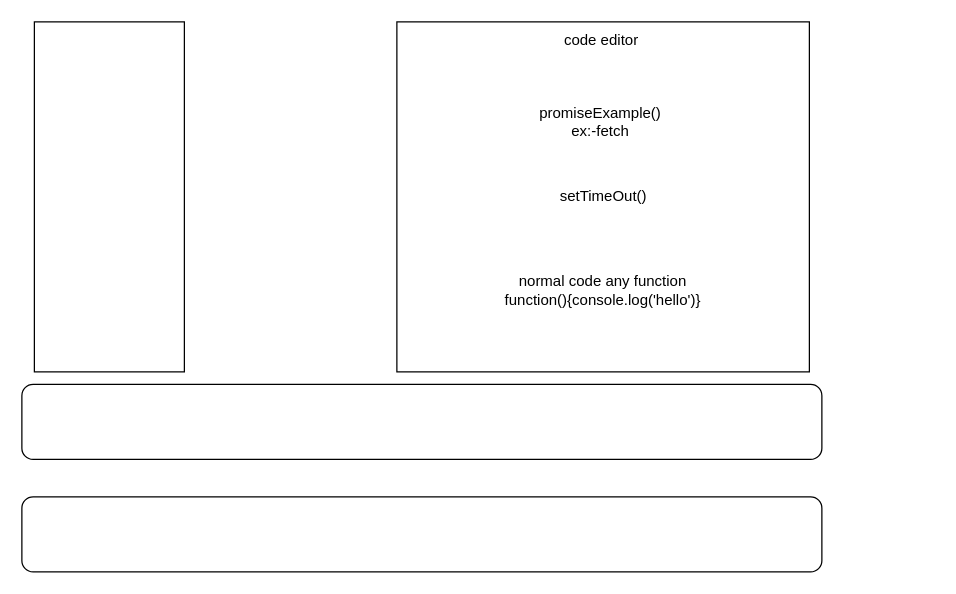
Above: Untitled Diagram.drawio in pavantamidala/yt-video-diagrams (draw.io), before the change. Source tidied: cells renumbered, new cells numbered last; positions are measured from the earlier drawing's top-left corner, leaving out a move shared by most shapes. Both pictures are drawn from the tidied source at 125%, with x=0, y=0 at pixel (21, 21).
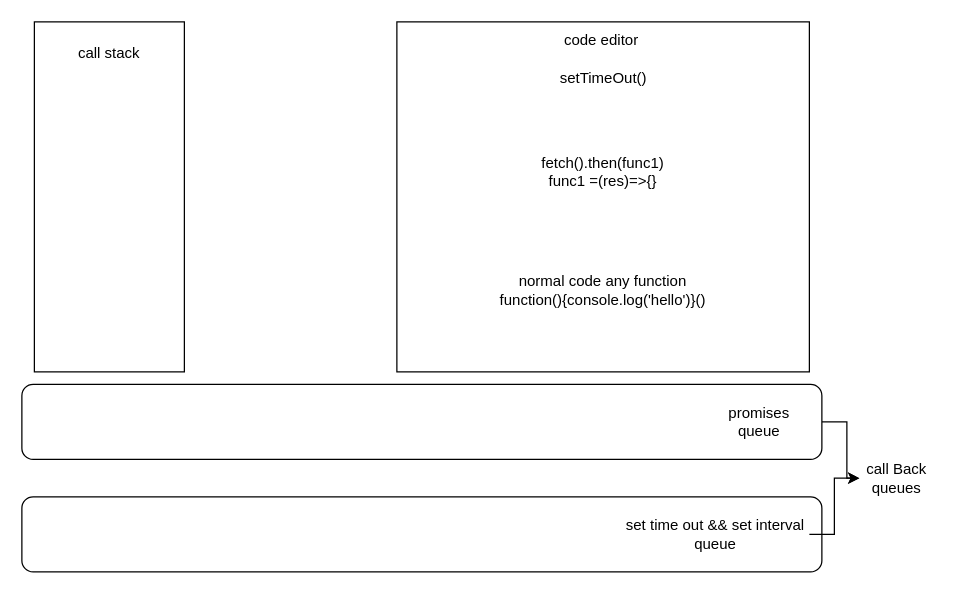
The same page after the edit.

What changed in the source:
```diff
@@
 <mxGraphModel>
   <root>
     <mxCell id="0" />
     <mxCell id="1" parent="0" />
     <mxCell id="2" style="rounded=0;whiteSpace=wrap;html=1;" parent="1" vertex="1">
       <mxGeometry x="300" width="330" height="280" as="geometry" />
     </mxCell>
+    <mxCell id="10" style="edgeStyle=orthogonalEdgeStyle;rounded=0;jettySize=auto;html=1;exitX=1;exitY=0.5;exitDx=0;exitDy=0;" parent="1" edge="1" source="3" target="14">
+      <mxGeometry relative="1" as="geometry" />
+    </mxCell>
     <mxCell id="3" style="rounded=1;whiteSpace=wrap;html=1;" parent="1" vertex="1">
       <mxGeometry y="290" width="640" height="60" as="geometry" />
     </mxCell>
     <mxCell id="4" style="rounded=1;whiteSpace=wrap;html=1;" parent="1" vertex="1">
       <mxGeometry y="380" width="640" height="60" as="geometry" />
     </mxCell>
     <mxCell id="5" style="rounded=0;whiteSpace=wrap;html=1;" parent="1" vertex="1">
       <mxGeometry x="10" width="120" height="280" as="geometry" />
     </mxCell>
     <mxCell id="6" value="code editor&amp;nbsp;" style="text;html=1;strokeColor=none;fillColor=none;align=center;verticalAlign=middle;whiteSpace=wrap;rounded=0;" parent="1" vertex="1">
       <mxGeometry x="412.5" width="105" height="30" as="geometry" />
     </mxCell>
-    <mxCell id="7" value="promiseExample()&lt;br&gt;ex:-fetch&lt;br&gt;" style="text;html=1;strokeColor=none;fillColor=none;align=center;verticalAlign=middle;whiteSpace=wrap;rounded=0;" parent="1" vertex="1">
-      <mxGeometry x="390" y="50" width="146" height="60" as="geometry" />
+    <mxCell id="7" value="fetch().then(func1)&lt;br&gt;func1 =(res)=&amp;gt;{}" style="text;html=1;strokeColor=none;fillColor=none;align=center;verticalAlign=middle;whiteSpace=wrap;rounded=0;" parent="1" vertex="1">
+      <mxGeometry x="392" y="90" width="146" height="60" as="geometry" />
     </mxCell>
     <mxCell id="8" value="setTimeOut()" style="text;html=1;strokeColor=none;fillColor=none;align=center;verticalAlign=middle;whiteSpace=wrap;rounded=0;" parent="1" vertex="1">
-      <mxGeometry x="416.5" y="125" width="97" height="30" as="geometry" />
+      <mxGeometry x="416.5" y="30" width="97" height="30" as="geometry" />
     </mxCell>
-    <mxCell id="9" value="normal code any function&lt;br&gt;function(){console.log('hello')}" style="text;html=1;strokeColor=none;fillColor=none;align=center;verticalAlign=middle;whiteSpace=wrap;rounded=0;" parent="1" vertex="1">
+    <mxCell id="9" value="normal code any function&lt;br&gt;function(){console.log('hello')}()" style="text;html=1;strokeColor=none;fillColor=none;align=center;verticalAlign=middle;whiteSpace=wrap;rounded=0;" parent="1" vertex="1">
       <mxGeometry x="360" y="200" width="210" height="30" as="geometry" />
     </mxCell>
+    <mxCell id="11" value="promises queue" style="text;html=1;strokeColor=none;fillColor=none;align=center;verticalAlign=middle;whiteSpace=wrap;rounded=0;" parent="1" vertex="1">
+      <mxGeometry x="560" y="305" width="60" height="30" as="geometry" />
+    </mxCell>
+    <mxCell id="12" style="edgeStyle=orthogonalEdgeStyle;rounded=0;jettySize=auto;html=1;entryX=0;entryY=0.5;entryDx=0;entryDy=0;" parent="1" edge="1" source="13" target="14">
+      <mxGeometry relative="1" as="geometry" />
+    </mxCell>
+    <mxCell id="13" value="set time out &amp;amp;&amp;amp; set interval queue" style="text;html=1;strokeColor=none;fillColor=none;align=center;verticalAlign=middle;whiteSpace=wrap;rounded=0;" parent="1" vertex="1">
+      <mxGeometry x="480" y="395" width="150" height="30" as="geometry" />
+    </mxCell>
+    <mxCell id="14" value="call Back queues" style="text;html=1;strokeColor=none;fillColor=none;align=center;verticalAlign=middle;whiteSpace=wrap;rounded=0;" parent="1" vertex="1">
+      <mxGeometry x="670" y="350" width="60" height="30" as="geometry" />
+    </mxCell>
+    <mxCell id="15" value="call stack" style="text;html=1;strokeColor=none;fillColor=none;align=center;verticalAlign=middle;whiteSpace=wrap;rounded=0;" parent="1" vertex="1">
+      <mxGeometry x="40" y="10" width="60" height="30" as="geometry" />
+    </mxCell>
   </root>
 </mxGraphModel>
```
